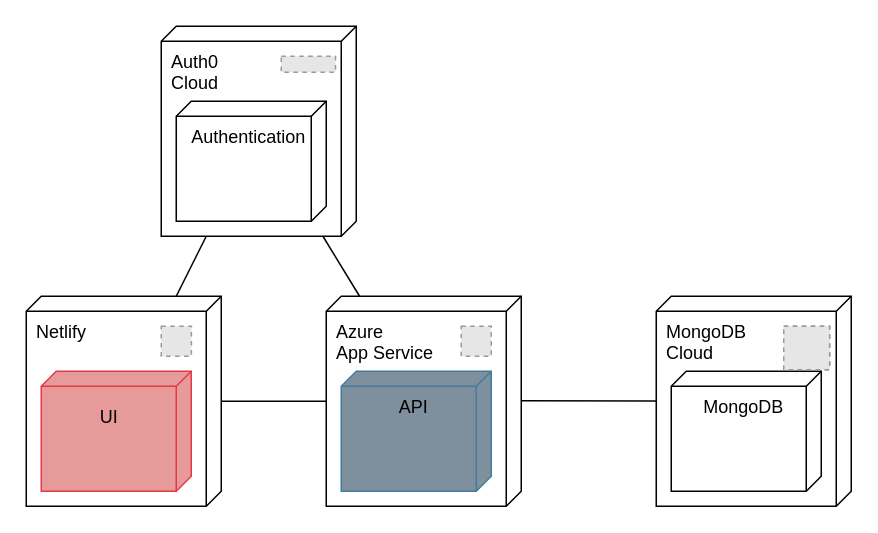
Before: page "Deployment" (5 of 5) of docs/diagrams.drawio in heller-tobias/notworth, a draw.io diagram. Source tidied: cells renumbered, new cells numbered last; positions are measured from the earlier drawing's top-left corner, leaving out a move shared by most shapes. Both pictures are drawn from the tidied source at 150%, with x=0, y=0 at pixel (26, 26). Pictures stored in the file or linked from it are replaced by grey dashed boxes.
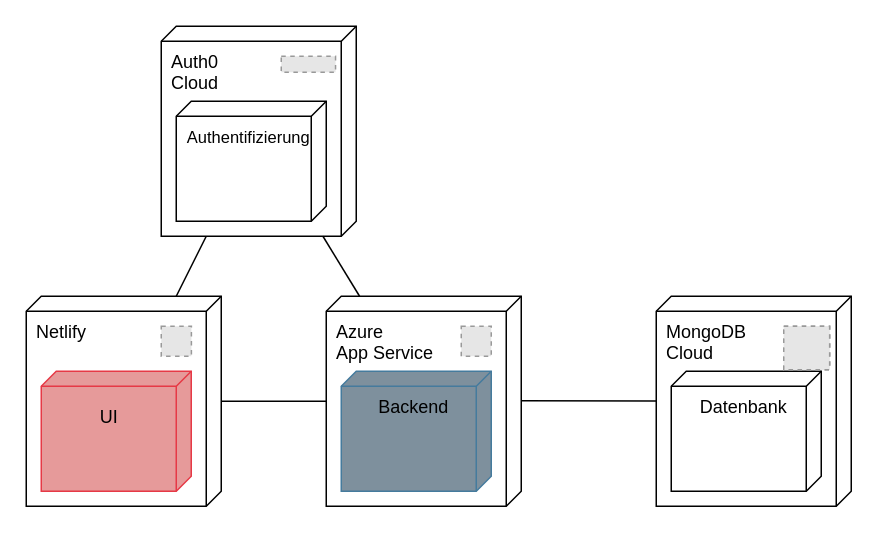
The same page after the edit.

Unchanged cells that the change refers to:
```xml
<mxCell id="6" value="Azure &lt;br&gt;App Service" style="verticalAlign=top;align=left;shape=cube;size=10;direction=south;fontStyle=0;html=1;boundedLbl=1;spacingLeft=5;" parent="1" vertex="1">
  <mxGeometry x="200" y="180" width="130" height="140" as="geometry" />
</mxCell>
<mxCell id="9" value="MongoDB &lt;br&gt;Cloud" style="verticalAlign=top;align=left;shape=cube;size=10;direction=south;fontStyle=0;html=1;boundedLbl=1;spacingLeft=5;" parent="1" vertex="1">
  <mxGeometry x="420" y="180" width="130" height="140" as="geometry" />
</mxCell>
<mxCell id="13" value="Auth0 &lt;br&gt;Cloud" style="verticalAlign=top;align=left;shape=cube;size=10;direction=south;fontStyle=0;html=1;boundedLbl=1;spacingLeft=5;" parent="1" vertex="1">
  <mxGeometry x="90" width="130" height="140" as="geometry" />
</mxCell>
```

What changed in the source:
```diff
@@
-    <mxCell id="7" value="API" style="verticalAlign=top;align=center;shape=cube;size=10;direction=south;html=1;boundedLbl=1;spacingLeft=5;strokeColor=#457B9D;fillColor=#7E909D;" parent="6" vertex="1">
+    <mxCell id="7" value="Backend" style="verticalAlign=top;align=center;shape=cube;size=10;direction=south;html=1;boundedLbl=1;spacingLeft=5;strokeColor=#457B9D;fillColor=#7E909D;" parent="6" vertex="1">
       <mxGeometry width="100" height="80" relative="1" as="geometry">
         <mxPoint x="10" y="50" as="offset" />
       </mxGeometry>
     </mxCell>
@@
-    <mxCell id="10" value="MongoDB" style="verticalAlign=top;align=center;shape=cube;size=10;direction=south;html=1;boundedLbl=1;spacingLeft=5;" parent="9" vertex="1">
+    <mxCell id="10" value="Datenbank&lt;br&gt;" style="verticalAlign=top;align=center;shape=cube;size=10;direction=south;html=1;boundedLbl=1;spacingLeft=5;" parent="9" vertex="1">
       <mxGeometry width="100" height="80" relative="1" as="geometry">
         <mxPoint x="10" y="50" as="offset" />
       </mxGeometry>
     </mxCell>
@@
-    <mxCell id="14" value="Authentication" style="verticalAlign=top;align=center;shape=cube;size=10;direction=south;html=1;boundedLbl=1;spacingLeft=5;" parent="13" vertex="1">
+    <mxCell id="14" value="&lt;font style=&quot;font-size: 11px&quot;&gt;Authentifizierung&lt;/font&gt;" style="verticalAlign=top;align=center;shape=cube;size=10;direction=south;html=1;boundedLbl=1;spacingLeft=5;" parent="13" vertex="1">
       <mxGeometry width="100" height="80" relative="1" as="geometry">
         <mxPoint x="10" y="50" as="offset" />
       </mxGeometry>
     </mxCell>
```
